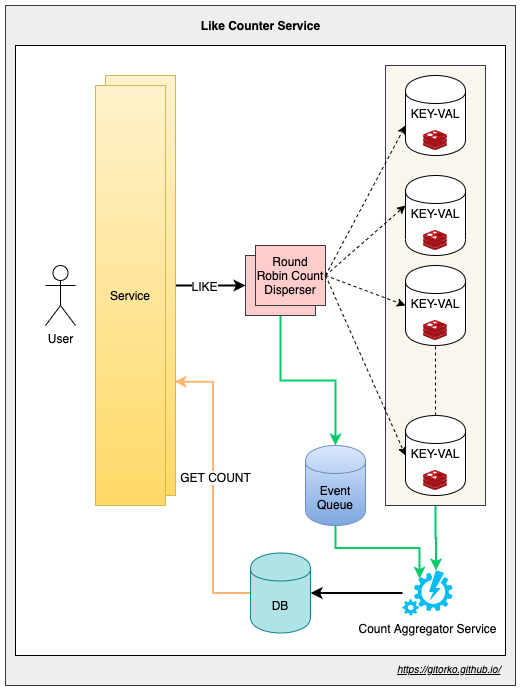
Before: content/post/grokking-the-system-design-interview/like-service.png, a diagram exported from draw.io (gitorko/gitorko.github.io). Source tidied: cells renumbered, new cells last; positions are measured from the earlier drawing's top-left corner, leaving out a move shared by most shapes. Its diagram source:
```xml
<mxGraphModel>
  <root>
    <mxCell id="0" />
    <mxCell id="1" parent="0" />
    <mxCell id="2" style="rounded=0;whiteSpace=wrap;html=1;fillColor=#eeeeee;strokeColor=#36393d;" parent="1" vertex="1">
      <mxGeometry width="510" height="680" as="geometry" />
    </mxCell>
    <mxCell id="3" style="rounded=0;whiteSpace=wrap;html=1;" parent="1" vertex="1">
      <mxGeometry x="10" y="40" width="490" height="610" as="geometry" />
    </mxCell>
    <mxCell id="4" style="edgeStyle=orthogonalEdgeStyle;rounded=0;jettySize=auto;html=1;exitX=0.5;exitY=1;exitDx=0;exitDy=0;entryX=0.67;entryY=0;entryDx=0;entryDy=0;entryPerimeter=0;startArrow=none;startFill=0;endArrow=classic;endFill=1;strokeColor=#00CC66;strokeWidth=2;" parent="1" edge="1" source="5" target="8">
      <mxGeometry relative="1" as="geometry" />
    </mxCell>
    <mxCell id="5" style="rounded=0;whiteSpace=wrap;html=1;fillColor=#f9f7ed;strokeColor=#36393d;" parent="1" vertex="1">
      <mxGeometry x="380" y="60" width="100" height="440" as="geometry" />
    </mxCell>
    <mxCell id="6" value="User" style="shape=umlActor;verticalLabelPosition=bottom;labelBackgroundColor=#ffffff;verticalAlign=top;html=1;" parent="1" vertex="1">
      <mxGeometry x="40" y="260" width="30" height="60" as="geometry" />
    </mxCell>
    <mxCell id="7" style="edgeStyle=orthogonalEdgeStyle;rounded=0;jettySize=auto;html=1;startArrow=none;startFill=0;endArrow=classic;endFill=1;strokeColor=#000000;strokeWidth=2;" parent="1" edge="1" source="8" target="35">
      <mxGeometry relative="1" as="geometry" />
    </mxCell>
    <mxCell id="8" value="Count Aggregator Service" style="verticalLabelPosition=bottom;html=1;verticalAlign=top;align=center;strokeColor=none;fillColor=#00BEF2;shape=mxgraph.azure.automation;" parent="1" vertex="1">
      <mxGeometry x="397" y="565" width="50" height="45" as="geometry" />
    </mxCell>
    <mxCell id="9" style="edgeStyle=orthogonalEdgeStyle;rounded=0;jettySize=auto;html=1;startArrow=none;startFill=0;endArrow=classic;endFill=1;strokeColor=#00CC66;strokeWidth=2;" parent="1" edge="1" source="10" target="37">
      <mxGeometry relative="1" as="geometry" />
    </mxCell>
    <mxCell id="10" style="rounded=0;whiteSpace=wrap;html=1;fillColor=#ffcccc;strokeColor=#36393d;" parent="1" vertex="1">
      <mxGeometry x="240" y="250" width="70" height="60" as="geometry" />
    </mxCell>
    <mxCell id="11" style="endArrow=none;dashed=1;html=1;entryX=0.5;entryY=1;entryDx=0;entryDy=0;exitX=0.5;exitY=0;exitDx=0;exitDy=0;" parent="1" edge="1">
      <mxGeometry relative="1" as="geometry">
        <mxPoint x="430" y="410" as="sourcePoint" />
        <mxPoint x="430" y="335" as="targetPoint" />
      </mxGeometry>
    </mxCell>
    <mxCell id="12" style="edgeStyle=orthogonalEdgeStyle;rounded=0;jettySize=auto;html=1;exitX=1;exitY=0.5;exitDx=0;exitDy=0;entryX=0;entryY=0.5;entryDx=0;entryDy=0;startArrow=none;startFill=0;endArrow=classic;endFill=1;strokeWidth=2;" parent="1" edge="1" source="16" target="10">
      <mxGeometry relative="1" as="geometry" />
    </mxCell>
    <mxCell id="13" value="LIKE" style="text;html=1;align=center;verticalAlign=middle;labelBackgroundColor=#ffffff;" parent="12" vertex="1">
      <mxGeometry x="-0.2" relative="1" as="geometry" />
    </mxCell>
    <mxCell id="14" style="edgeStyle=orthogonalEdgeStyle;rounded=0;jettySize=auto;html=1;entryX=0;entryY=0.5;entryDx=0;entryDy=0;startArrow=classic;startFill=1;endArrow=none;endFill=0;strokeColor=#FFB570;strokeWidth=2;exitX=0.986;exitY=0.729;exitDx=0;exitDy=0;exitPerimeter=0;" parent="1" edge="1" source="16" target="35">
      <mxGeometry relative="1" as="geometry" />
    </mxCell>
    <mxCell id="15" value="GET COUNT" style="text;html=1;align=center;verticalAlign=middle;labelBackgroundColor=#ffffff;" parent="14" vertex="1">
      <mxGeometry x="-0.07" y="2" relative="1" as="geometry" />
    </mxCell>
    <mxCell id="16" value="Service" style="rounded=0;whiteSpace=wrap;html=1;gradientColor=#ffd966;fillColor=#fff2cc;strokeColor=#d6b656;" parent="1" vertex="1">
      <mxGeometry x="100" y="70" width="70" height="420" as="geometry" />
    </mxCell>
    <mxCell id="17" value="Round Robin Count Disperser" style="rounded=0;whiteSpace=wrap;html=1;fillColor=#ffcccc;strokeColor=#36393d;" parent="1" vertex="1">
      <mxGeometry x="250" y="240" width="70" height="60" as="geometry" />
    </mxCell>
    <mxCell id="18" value="Like Counter Service" style="text;html=1;strokeColor=none;fillColor=none;align=center;verticalAlign=middle;whiteSpace=wrap;rounded=0;fontStyle=1;" parent="1" vertex="1">
      <mxGeometry x="177.5" y="10" width="155" height="20" as="geometry" />
    </mxCell>
    <mxCell id="19" style="endArrow=classic;html=1;entryX=0;entryY=0.625;entryDx=0;entryDy=0;entryPerimeter=0;exitX=1;exitY=0.5;exitDx=0;exitDy=0;dashed=1;" parent="1" edge="1" source="17" target="22">
      <mxGeometry relative="1" as="geometry" />
    </mxCell>
    <mxCell id="20" style="endArrow=classic;html=1;entryX=0;entryY=0.5;entryDx=0;entryDy=0;exitX=1;exitY=0.5;exitDx=0;exitDy=0;dashed=1;" parent="1" edge="1" source="17">
      <mxGeometry relative="1" as="geometry">
        <mxPoint x="400" y="200" as="targetPoint" />
      </mxGeometry>
    </mxCell>
    <mxCell id="21" style="group;" parent="1" vertex="1">
      <mxGeometry x="400" y="70" width="60" height="80" as="geometry" />
    </mxCell>
    <mxCell id="22" value="KEY-VAL&lt;br&gt;&lt;br&gt;&lt;br&gt;" style="shape=cylinder;whiteSpace=wrap;html=1;boundedLbl=1;backgroundOutline=1;" parent="21" vertex="1">
      <mxGeometry width="60" height="80" as="geometry" />
    </mxCell>
    <mxCell id="23" style="html=1;align=center;image;fontSize=12;image=img/lib/mscae/Cache_Redis_Product.svg;" parent="21" vertex="1">
      <mxGeometry x="18.1" y="55" width="23.8" height="20" as="geometry" />
    </mxCell>
    <mxCell id="24" style="group;" parent="1" vertex="1">
      <mxGeometry x="400" y="170" width="60" height="80" as="geometry" />
    </mxCell>
    <mxCell id="25" value="KEY-VAL&lt;br&gt;&lt;br&gt;&lt;br&gt;" style="shape=cylinder;whiteSpace=wrap;html=1;boundedLbl=1;backgroundOutline=1;" parent="24" vertex="1">
      <mxGeometry width="60" height="80" as="geometry" />
    </mxCell>
    <mxCell id="26" style="html=1;align=center;image;fontSize=12;image=img/lib/mscae/Cache_Redis_Product.svg;" parent="24" vertex="1">
      <mxGeometry x="18.1" y="55" width="23.8" height="20" as="geometry" />
    </mxCell>
    <mxCell id="27" style="group;" parent="1" vertex="1">
      <mxGeometry x="400" y="260" width="60" height="80" as="geometry" />
    </mxCell>
    <mxCell id="28" value="KEY-VAL&lt;br&gt;&lt;br&gt;&lt;br&gt;" style="shape=cylinder;whiteSpace=wrap;html=1;boundedLbl=1;backgroundOutline=1;" parent="27" vertex="1">
      <mxGeometry width="60" height="80" as="geometry" />
    </mxCell>
    <mxCell id="29" style="html=1;align=center;image;fontSize=12;image=img/lib/mscae/Cache_Redis_Product.svg;" parent="27" vertex="1">
      <mxGeometry x="18.1" y="55" width="23.8" height="20" as="geometry" />
    </mxCell>
    <mxCell id="30" style="endArrow=classic;html=1;entryX=0;entryY=0.5;entryDx=0;entryDy=0;exitX=1;exitY=0.5;exitDx=0;exitDy=0;dashed=1;" parent="1" edge="1" source="17" target="28">
      <mxGeometry relative="1" as="geometry" />
    </mxCell>
    <mxCell id="31" style="endArrow=classic;html=1;entryX=0;entryY=0.5;entryDx=0;entryDy=0;dashed=1;" parent="1" edge="1">
      <mxGeometry relative="1" as="geometry">
        <mxPoint x="320" y="270" as="sourcePoint" />
        <mxPoint x="400" y="450" as="targetPoint" />
      </mxGeometry>
    </mxCell>
    <mxCell id="32" style="group;" parent="1" vertex="1">
      <mxGeometry x="400" y="410" width="60" height="80" as="geometry" />
    </mxCell>
    <mxCell id="33" value="KEY-VAL&lt;br&gt;&lt;br&gt;&lt;br&gt;" style="shape=cylinder;whiteSpace=wrap;html=1;boundedLbl=1;backgroundOutline=1;" parent="32" vertex="1">
      <mxGeometry width="60" height="80" as="geometry" />
    </mxCell>
    <mxCell id="34" style="html=1;align=center;image;fontSize=12;image=img/lib/mscae/Cache_Redis_Product.svg;" parent="32" vertex="1">
      <mxGeometry x="18.1" y="55" width="23.8" height="20" as="geometry" />
    </mxCell>
    <mxCell id="35" value="DB" style="shape=cylinder;whiteSpace=wrap;html=1;boundedLbl=1;backgroundOutline=1;fillColor=#b0e3e6;strokeColor=#0e8088;" parent="1" vertex="1">
      <mxGeometry x="245" y="547.5" width="60" height="80" as="geometry" />
    </mxCell>
    <mxCell id="36" style="edgeStyle=orthogonalEdgeStyle;rounded=0;jettySize=auto;html=1;exitX=0.5;exitY=1;exitDx=0;exitDy=0;entryX=0.34;entryY=0.18;entryDx=0;entryDy=0;entryPerimeter=0;startArrow=none;startFill=0;endArrow=classic;endFill=1;strokeColor=#00CC66;strokeWidth=2;" parent="1" edge="1" source="37" target="8">
      <mxGeometry relative="1" as="geometry" />
    </mxCell>
    <mxCell id="37" value="Event Queue" style="shape=cylinder;whiteSpace=wrap;html=1;boundedLbl=1;backgroundOutline=1;fillColor=#dae8fc;strokeColor=#6c8ebf;gradientColor=#7ea6e0;" parent="1" vertex="1">
      <mxGeometry x="300" y="440" width="60" height="80" as="geometry" />
    </mxCell>
    <mxCell id="38" value="&lt;i&gt;&lt;u&gt;&lt;font style=&quot;font-size: 10px&quot;&gt;https://gitorko.github.io/&lt;/font&gt;&lt;/u&gt;&lt;/i&gt;" style="text;html=1;" parent="1" vertex="1">
      <mxGeometry x="390" y="650" width="110" height="30" as="geometry" />
    </mxCell>
    <mxCell id="39" value="Service" style="rounded=0;whiteSpace=wrap;html=1;gradientColor=#ffd966;fillColor=#fff2cc;strokeColor=#d6b656;" parent="1" vertex="1">
      <mxGeometry x="90" y="80" width="70" height="420" as="geometry" />
    </mxCell>
  </root>
</mxGraphModel>
```
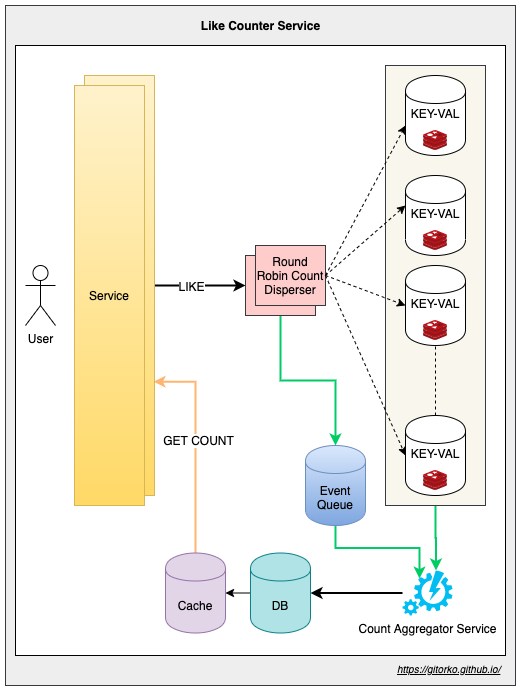
After the commit.

Diff of the diagram source:
```diff
@@ -15,7 +15,7 @@
       <mxGeometry x="380" y="60" width="100" height="440" as="geometry" />
     </mxCell>
     <mxCell id="6" value="User" style="shape=umlActor;verticalLabelPosition=bottom;labelBackgroundColor=#ffffff;verticalAlign=top;html=1;" parent="1" vertex="1">
-      <mxGeometry x="40" y="260" width="30" height="60" as="geometry" />
+      <mxGeometry x="20" y="260" width="30" height="60" as="geometry" />
     </mxCell>
     <mxCell id="7" style="edgeStyle=orthogonalEdgeStyle;rounded=0;jettySize=auto;html=1;startArrow=none;startFill=0;endArrow=classic;endFill=1;strokeColor=#000000;strokeWidth=2;" parent="1" edge="1" source="8" target="35">
       <mxGeometry relative="1" as="geometry" />
@@ -41,14 +41,14 @@
     <mxCell id="13" value="LIKE" style="text;html=1;align=center;verticalAlign=middle;labelBackgroundColor=#ffffff;" parent="12" vertex="1">
       <mxGeometry x="-0.2" relative="1" as="geometry" />
     </mxCell>
-    <mxCell id="14" style="edgeStyle=orthogonalEdgeStyle;rounded=0;jettySize=auto;html=1;entryX=0;entryY=0.5;entryDx=0;entryDy=0;startArrow=classic;startFill=1;endArrow=none;endFill=0;strokeColor=#FFB570;strokeWidth=2;exitX=0.986;exitY=0.729;exitDx=0;exitDy=0;exitPerimeter=0;" parent="1" edge="1" source="16" target="35">
+    <mxCell id="14" style="edgeStyle=orthogonalEdgeStyle;rounded=0;jettySize=auto;html=1;startArrow=classic;startFill=1;endArrow=none;endFill=0;strokeColor=#FFB570;strokeWidth=2;exitX=0.986;exitY=0.729;exitDx=0;exitDy=0;exitPerimeter=0;entryX=0.5;entryY=0;entryDx=0;entryDy=0;" parent="1" edge="1" source="16" target="41">
       <mxGeometry relative="1" as="geometry" />
     </mxCell>
     <mxCell id="15" value="GET COUNT" style="text;html=1;align=center;verticalAlign=middle;labelBackgroundColor=#ffffff;" parent="14" vertex="1">
       <mxGeometry x="-0.07" y="2" relative="1" as="geometry" />
     </mxCell>
     <mxCell id="16" value="Service" style="rounded=0;whiteSpace=wrap;html=1;gradientColor=#ffd966;fillColor=#fff2cc;strokeColor=#d6b656;" parent="1" vertex="1">
-      <mxGeometry x="100" y="70" width="70" height="420" as="geometry" />
+      <mxGeometry x="79" y="70" width="70" height="420" as="geometry" />
     </mxCell>
     <mxCell id="17" value="Round Robin Count Disperser" style="rounded=0;whiteSpace=wrap;html=1;fillColor=#ffcccc;strokeColor=#36393d;" parent="1" vertex="1">
       <mxGeometry x="250" y="240" width="70" height="60" as="geometry" />
@@ -109,6 +109,9 @@
     <mxCell id="34" style="html=1;align=center;image;fontSize=12;image=img/lib/mscae/Cache_Redis_Product.svg;" parent="32" vertex="1">
       <mxGeometry x="18.1" y="55" width="23.8" height="20" as="geometry" />
     </mxCell>
+    <mxCell id="40" style="edgeStyle=orthogonalEdgeStyle;rounded=0;jettySize=auto;html=1;exitX=0;exitY=0.5;exitDx=0;exitDy=0;entryX=1;entryY=0.5;entryDx=0;entryDy=0;" parent="1" edge="1" source="35" target="41">
+      <mxGeometry relative="1" as="geometry" />
+    </mxCell>
     <mxCell id="35" value="DB" style="shape=cylinder;whiteSpace=wrap;html=1;boundedLbl=1;backgroundOutline=1;fillColor=#b0e3e6;strokeColor=#0e8088;" parent="1" vertex="1">
       <mxGeometry x="245" y="547.5" width="60" height="80" as="geometry" />
     </mxCell>
@@ -122,7 +125,10 @@
       <mxGeometry x="390" y="650" width="110" height="30" as="geometry" />
     </mxCell>
     <mxCell id="39" value="Service" style="rounded=0;whiteSpace=wrap;html=1;gradientColor=#ffd966;fillColor=#fff2cc;strokeColor=#d6b656;" parent="1" vertex="1">
-      <mxGeometry x="90" y="80" width="70" height="420" as="geometry" />
+      <mxGeometry x="69" y="80" width="70" height="420" as="geometry" />
     </mxCell>
+    <mxCell id="41" value="Cache" style="shape=cylinder;whiteSpace=wrap;html=1;boundedLbl=1;backgroundOutline=1;fillColor=#e1d5e7;strokeColor=#9673a6;" parent="1" vertex="1">
+      <mxGeometry x="160" y="547.5" width="60" height="80" as="geometry" />
+    </mxCell>
   </root>
 </mxGraphModel>
```
